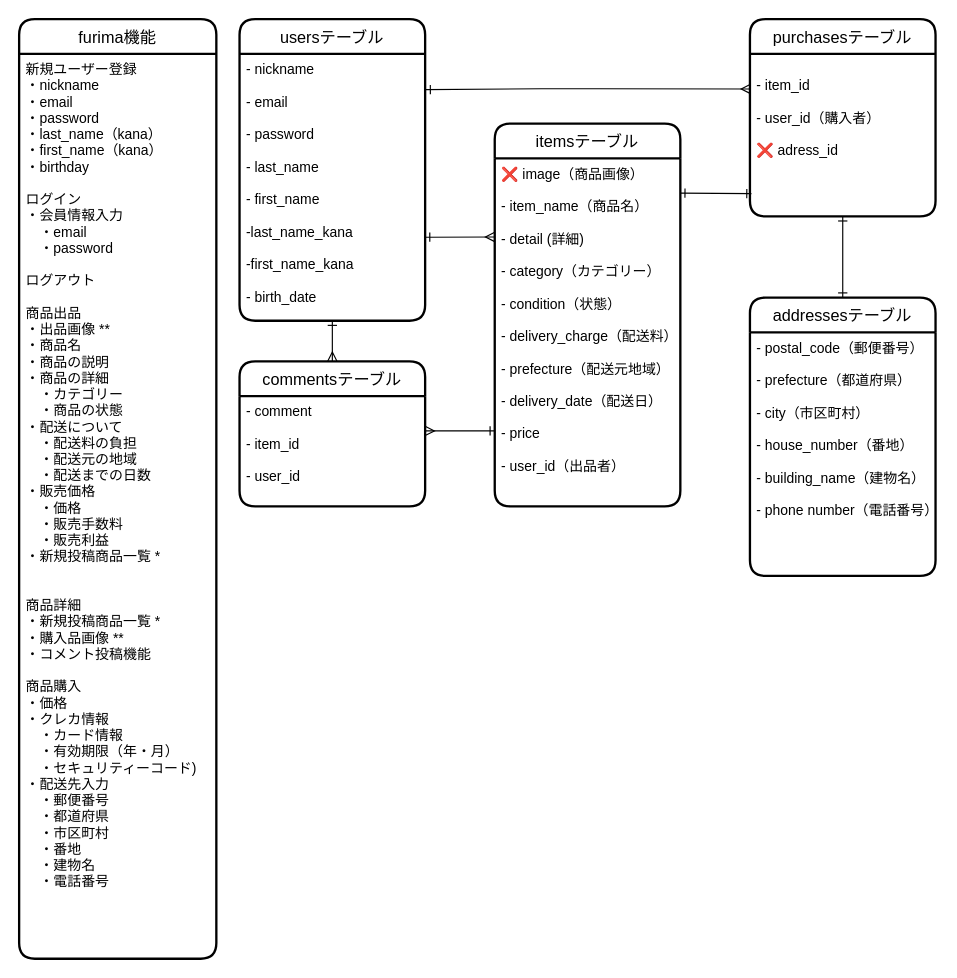
Before: furima.dio in Skywalkcat428/furima-30613, a draw.io diagram. Source tidied: cells renumbered, new cells numbered last; positions are measured from the earlier drawing's top-left corner, leaving out a move shared by most shapes. Both pictures are drawn from the tidied source at 116%, with x=0, y=0 at pixel (19, 19).
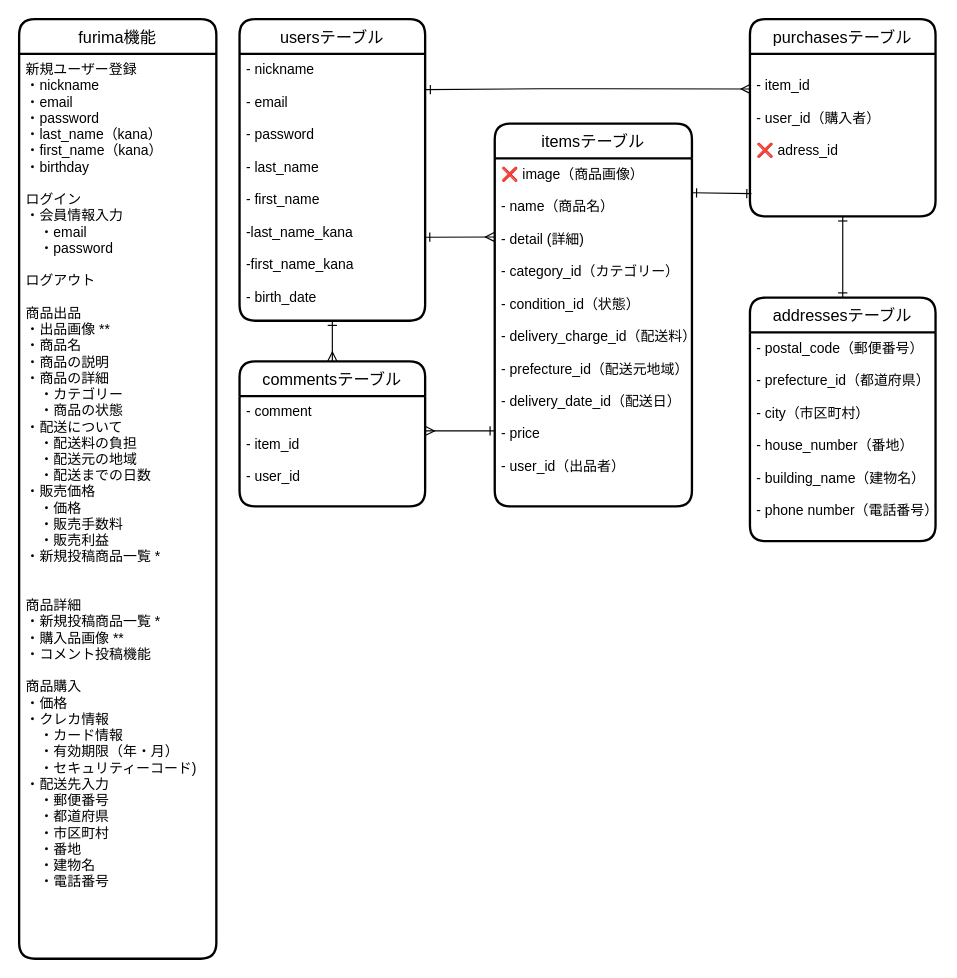
Above is the later version.

Unchanged cells that the change refers to:
```xml
<mxCell id="8" value="&#10;- item_id&#10;&#10;- user_id（購入者）&#10;&#10;❌ adress_id" style="align=left;strokeColor=none;fillColor=none;spacingLeft=4;fontSize=12;verticalAlign=top;" parent="7" vertex="1">
  <mxGeometry y="30" width="160" height="140" as="geometry" />
</mxCell>
```

Diff of the diagram source:
```diff
@@
     <mxCell id="9" value="addressesテーブル" style="swimlane;horizontal=1;startSize=30;rounded=1;fontSize=14;fontStyle=0;strokeWidth=2;shadow=0;dashed=0;align=center;" parent="1" vertex="1">
-      <mxGeometry x="630" y="240" width="160" height="240" as="geometry" />
+      <mxGeometry x="630" y="240" width="160" height="210" as="geometry" />
     </mxCell>
-    <mxCell id="10" value="- postal_code（郵便番号）&#10;&#10;- prefecture（都道府県）&#10;&#10;- city（市区町村）&#10;&#10;- house_number（番地）&#10;&#10;- building_name（建物名）&#10;&#10;- phone number（電話番号）&#10;" style="align=left;strokeColor=none;fillColor=none;spacingLeft=4;fontSize=12;verticalAlign=top;" parent="9" vertex="1">
-      <mxGeometry y="30" width="160" height="210" as="geometry" />
+    <mxCell id="10" value="- postal_code（郵便番号）&#10;&#10;- prefecture_id（都道府県）&#10;&#10;- city（市区町村）&#10;&#10;- house_number（番地）&#10;&#10;- building_name（建物名）&#10;&#10;- phone number（電話番号）&#10;" style="align=left;strokeColor=none;fillColor=none;spacingLeft=4;fontSize=12;verticalAlign=top;" parent="9" vertex="1">
+      <mxGeometry y="30" width="160" height="180" as="geometry" />
     </mxCell>
-    <mxCell id="11" style="endArrow=ERone;html=1;rounded=0;entryX=0.008;entryY=0.86;entryDx=0;entryDy=0;startArrow=ERone;startFill=0;endFill=0;entryPerimeter=0;" parent="1" edge="1" target="8">
-      <mxGeometry relative="1" as="geometry">
-        <mxPoint x="570" y="150" as="sourcePoint" />
-      </mxGeometry>
+    <mxCell id="11" style="endArrow=ERone;html=1;rounded=0;entryX=0.008;entryY=0.86;entryDx=0;entryDy=0;startArrow=ERone;startFill=0;endFill=0;entryPerimeter=0;exitX=1;exitY=0.099;exitDx=0;exitDy=0;exitPerimeter=0;" parent="1" edge="1" source="15" target="8">
+      <mxGeometry relative="1" as="geometry" />
     </mxCell>
@@
     <mxCell id="14" value="itemsテーブル" style="swimlane;horizontal=1;startSize=30;rounded=1;fontSize=14;fontStyle=0;strokeWidth=2;shadow=0;dashed=0;align=center;" parent="1" vertex="1">
-      <mxGeometry x="410" y="90" width="160" height="330" as="geometry" />
+      <mxGeometry x="410" y="90" width="170" height="330" as="geometry" />
     </mxCell>
-    <mxCell id="15" value="❌ image（商品画像）&#10;&#10;- item_name（商品名）&#10;&#10;- detail (詳細)&#10;&#10;- category（カテゴリー）&#10;&#10;- condition（状態）&#10;&#10;- delivery_charge（配送料）&#10;&#10;- prefecture（配送元地域）&#10;&#10;- delivery_date（配送日）&#10;&#10;- price&#10;&#10;- user_id（出品者）" style="align=left;strokeColor=none;fillColor=none;spacingLeft=4;fontSize=12;verticalAlign=top;" parent="14" vertex="1">
-      <mxGeometry y="30" width="160" height="300" as="geometry" />
+    <mxCell id="15" value="❌ image（商品画像）&#10;&#10;- name（商品名）&#10;&#10;- detail (詳細)&#10;&#10;- category_id（カテゴリー）&#10;&#10;- condition_id（状態）&#10;&#10;- delivery_charge_id（配送料）&#10;&#10;- prefecture_id（配送元地域）&#10;&#10;- delivery_date_id（配送日）&#10;&#10;- price&#10;&#10;- user_id（出品者）" style="align=left;strokeColor=none;fillColor=none;spacingLeft=4;fontSize=12;verticalAlign=top;" parent="14" vertex="1">
+      <mxGeometry y="30" width="170" height="300" as="geometry" />
     </mxCell>
```
